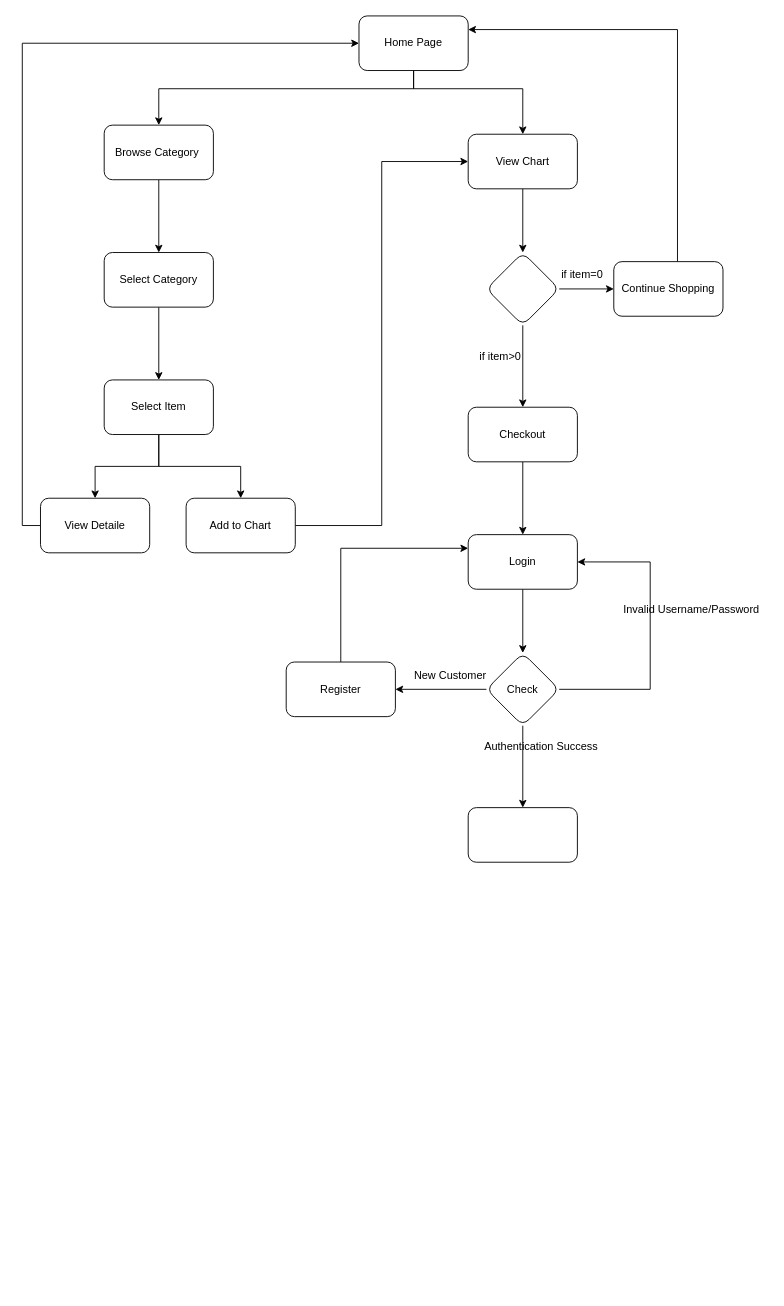
Before: Activity Diagram.drawio in Rediet-super-market/back-end, a draw.io diagram. Source tidied: cells renumbered, new cells numbered last; positions are measured from the earlier drawing's top-left corner, leaving out a move shared by most shapes. Both pictures are drawn from the tidied source at 91%, with x=0, y=0 at pixel (22, 15).
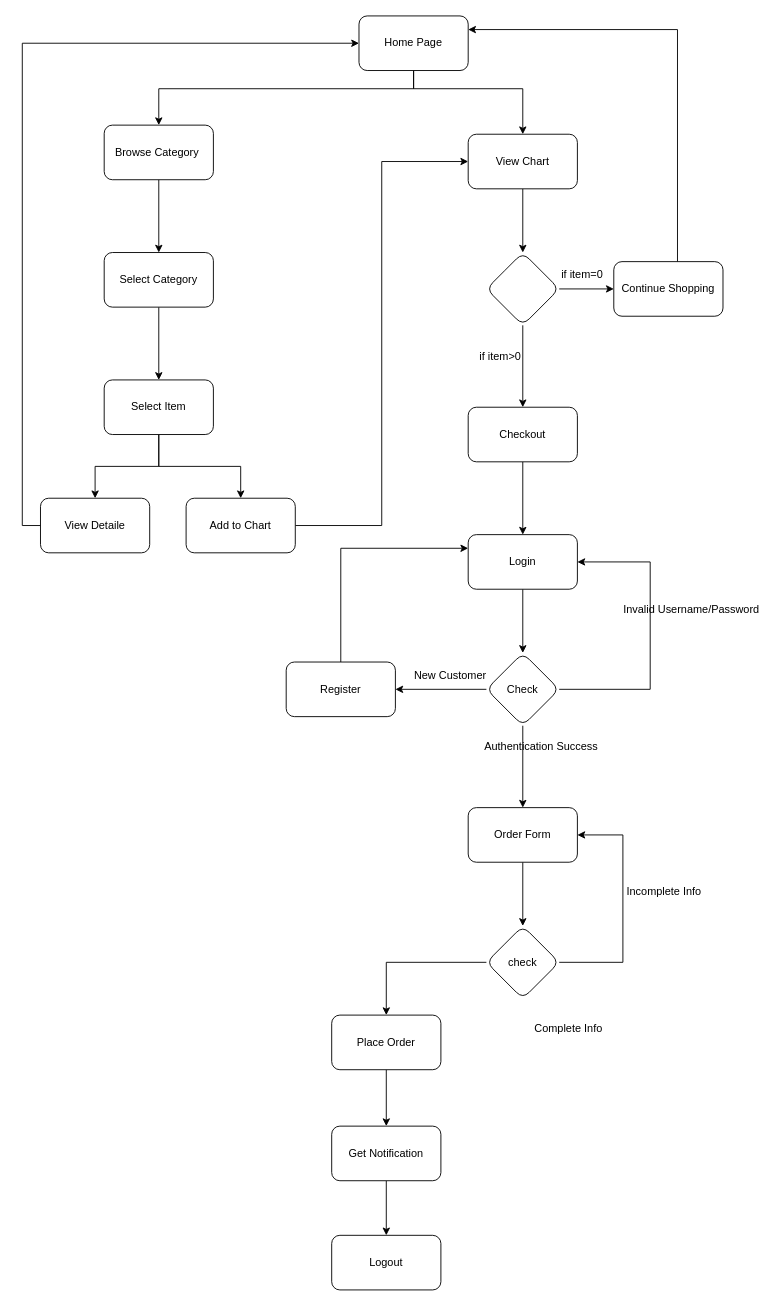
After the change.

Change to the diagram source:
```diff
@@
+    <mxCell id="39" style="edgeStyle=orthogonalEdgeStyle;rounded=0;jettySize=auto;html=1;" parent="1" edge="1" source="34" target="42">
+      <mxGeometry relative="1" as="geometry" />
+    </mxCell>
-    <mxCell id="34" style="whiteSpace=wrap;html=1;rounded=1;" parent="1" vertex="1">
+    <mxCell id="34" value="Order Form" style="whiteSpace=wrap;html=1;rounded=1;" parent="1" vertex="1">
       <mxGeometry x="490" y="870" width="120" height="60" as="geometry" />
     </mxCell>
@@
+    <mxCell id="40" style="edgeStyle=orthogonalEdgeStyle;rounded=0;jettySize=auto;html=1;entryX=1;entryY=0.5;entryDx=0;entryDy=0;" parent="1" edge="1" source="42" target="34">
+      <mxGeometry relative="1" as="geometry">
+        <Array as="points">
+          <mxPoint x="660" y="1040" />
+          <mxPoint x="660" y="900" />
+        </Array>
+      </mxGeometry>
+    </mxCell>
+    <mxCell id="41" style="edgeStyle=orthogonalEdgeStyle;rounded=0;jettySize=auto;html=1;" parent="1" edge="1" source="42" target="45">
+      <mxGeometry relative="1" as="geometry" />
+    </mxCell>
+    <mxCell id="42" value="check" style="rhombus;whiteSpace=wrap;html=1;rounded=1;" parent="1" vertex="1">
+      <mxGeometry x="510" y="1000" width="80" height="80" as="geometry" />
+    </mxCell>
+    <mxCell id="43" value="Incomplete Info" style="text;html=1;align=center;verticalAlign=middle;strokeColor=none;fillColor=none;" parent="1" vertex="1">
+      <mxGeometry x="650" y="948" width="110" height="30" as="geometry" />
+    </mxCell>
+    <mxCell id="44" style="edgeStyle=orthogonalEdgeStyle;rounded=0;jettySize=auto;html=1;" parent="1" edge="1" source="45" target="48">
+      <mxGeometry relative="1" as="geometry" />
+    </mxCell>
+    <mxCell id="45" value="Place Order" style="whiteSpace=wrap;html=1;rounded=1;" parent="1" vertex="1">
+      <mxGeometry x="340" y="1098" width="120" height="60" as="geometry" />
+    </mxCell>
+    <mxCell id="46" value="Complete Info" style="text;html=1;align=center;verticalAlign=middle;strokeColor=none;fillColor=none;" parent="1" vertex="1">
+      <mxGeometry x="550" y="1098" width="100" height="30" as="geometry" />
+    </mxCell>
+    <mxCell id="47" style="edgeStyle=orthogonalEdgeStyle;rounded=0;jettySize=auto;html=1;" parent="1" edge="1" source="48" target="49">
+      <mxGeometry relative="1" as="geometry" />
+    </mxCell>
+    <mxCell id="48" value="Get Notification" style="whiteSpace=wrap;html=1;rounded=1;" parent="1" vertex="1">
+      <mxGeometry x="340" y="1220" width="120" height="60" as="geometry" />
+    </mxCell>
+    <mxCell id="49" value="Logout" style="whiteSpace=wrap;html=1;rounded=1;" parent="1" vertex="1">
+      <mxGeometry x="340" y="1340" width="120" height="60" as="geometry" />
+    </mxCell>
```
